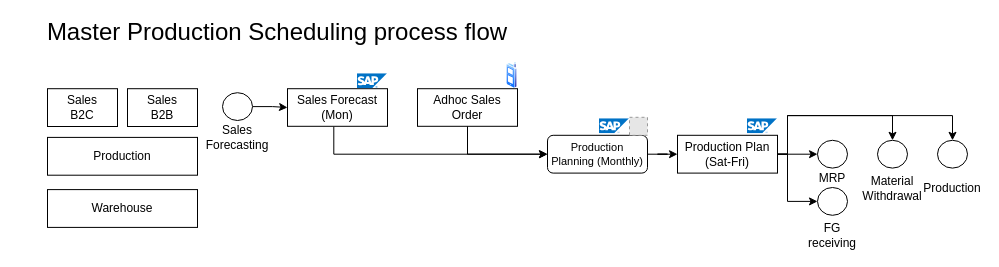
pkppm-dev/Roy-s keeps this draw.io diagram as page "MPS" (5 of 15) of new.drawio. Above is the earlier version. Source tidied: cells renumbered, new cells numbered last; positions are measured from the earlier drawing's top-left corner, leaving out a move shared by most shapes. Both pictures are drawn from the tidied source at 100%, with x=0, y=0 at pixel (17, 17). Pictures stored in the file or linked from it are replaced by grey dashed boxes.
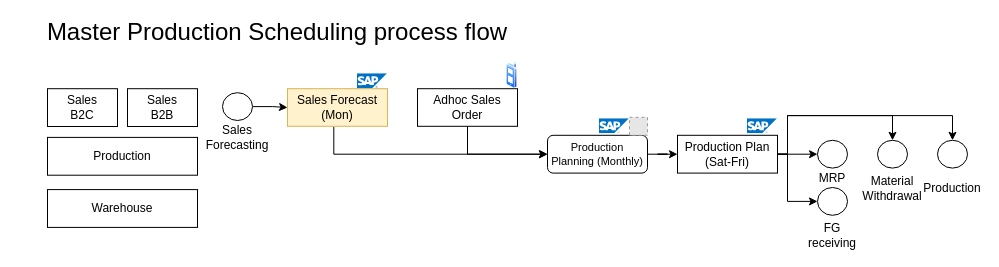
The same diagram, later.

What changed in the source:
```diff
@@
-    <mxCell id="7" value="&lt;span style=&quot;font-size: 12px;&quot;&gt;Sales Forecast (Mon)&lt;/span&gt;" style="whiteSpace=wrap;html=1;rounded=0;fontSize=12;" parent="1" vertex="1">
+    <mxCell id="7" value="&lt;span style=&quot;font-size: 12px;&quot;&gt;Sales Forecast (Mon)&lt;/span&gt;" style="whiteSpace=wrap;html=1;rounded=0;fontSize=12;fillColor=#fff2cc;strokeColor=#d6b656;" parent="1" vertex="1">
       <mxGeometry x="270" y="71.2" width="100" height="37.6" as="geometry" />
     </mxCell>
```
